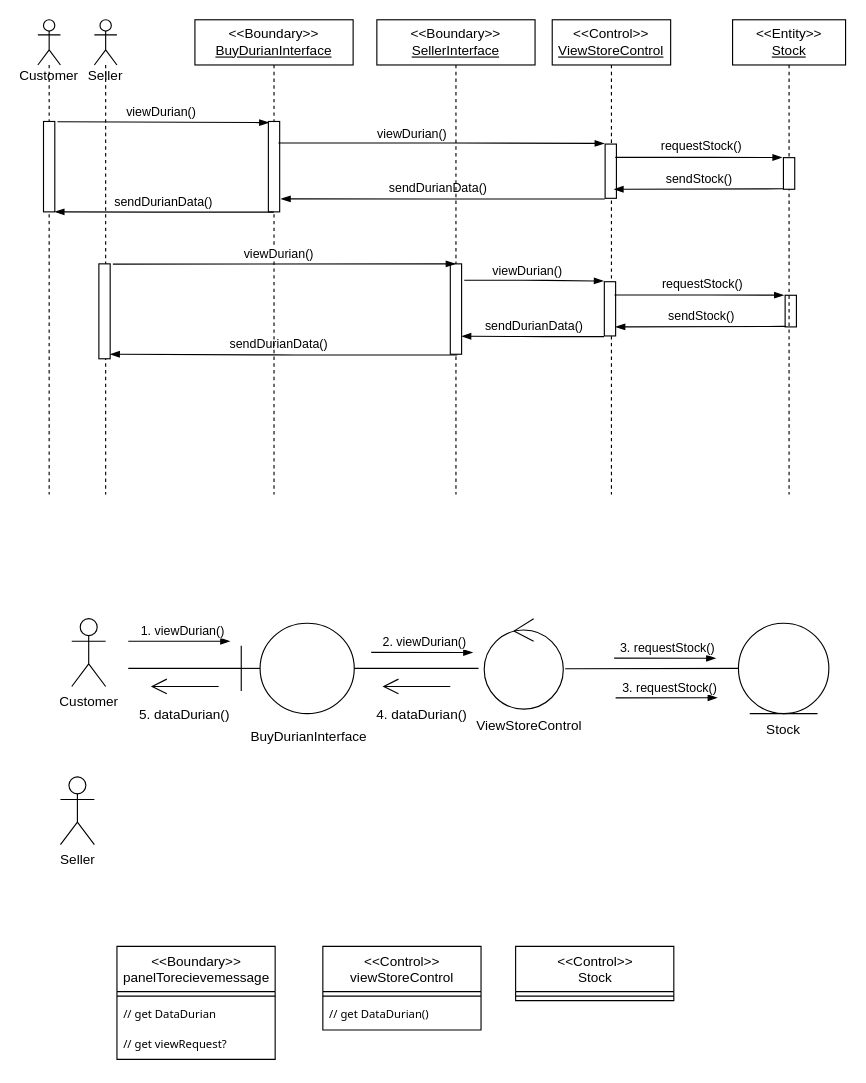
Before: View Stock.drawio in munkeawtoast/isad-diagrams, a draw.io diagram. Source tidied: cells renumbered, new cells numbered last; positions are measured from the earlier drawing's top-left corner, leaving out a move shared by most shapes. Both pictures are drawn from the tidied source at 113%, with x=0, y=0 at pixel (37, 19).
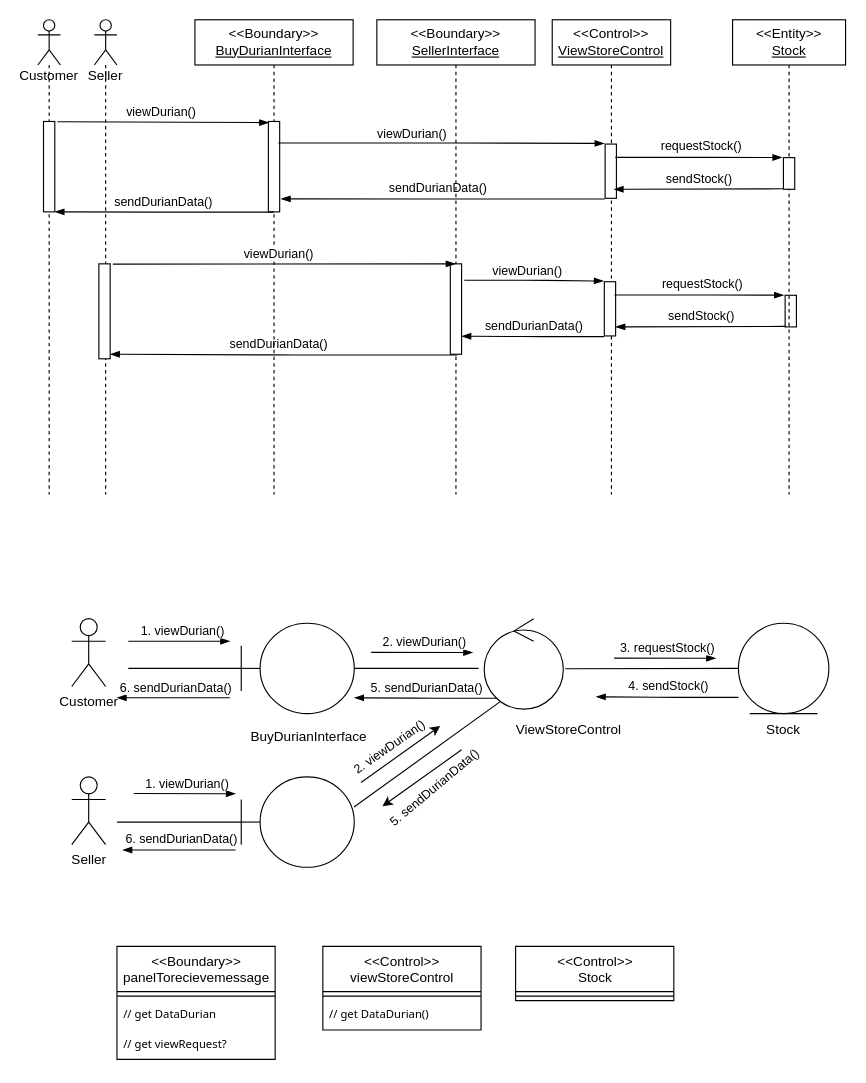
The same diagram, later.

Diff of the diagram source:
```diff
@@
     <mxCell id="21" value="Seller" style="shape=umlActor;verticalLabelPosition=bottom;verticalAlign=top;html=1;" parent="1" vertex="1">
-      <mxGeometry x="20" y="670" width="30" height="60" as="geometry" />
+      <mxGeometry x="30" y="670" width="30" height="60" as="geometry" />
     </mxCell>
@@
-    <mxCell id="26" style="endArrow=open;endFill=1;endSize=12;html=1;" parent="1" edge="1">
-      <mxGeometry relative="1" as="geometry">
-        <mxPoint x="365" y="590" as="sourcePoint" />
-        <mxPoint x="305" y="590" as="targetPoint" />
-      </mxGeometry>
-    </mxCell>
-    <mxCell id="27" value="4. dataDurian()" style="text;html=1;strokeColor=none;fillColor=none;align=center;verticalAlign=middle;whiteSpace=wrap;rounded=0;" parent="1" vertex="1">
-      <mxGeometry x="285" y="600" width="110" height="30" as="geometry" />
-    </mxCell>
@@
     <mxCell id="29" value="ViewStoreControl" style="text;html=1;strokeColor=none;fillColor=none;align=center;verticalAlign=middle;whiteSpace=wrap;rounded=0;" parent="1" vertex="1">
-      <mxGeometry x="405" y="610" width="60" height="30" as="geometry" />
+      <mxGeometry x="440" y="614" width="60" height="30" as="geometry" />
     </mxCell>
-    <mxCell id="30" style="endArrow=open;endFill=1;endSize=12;html=1;" parent="1" edge="1">
-      <mxGeometry relative="1" as="geometry">
-        <mxPoint x="160" y="590" as="sourcePoint" />
-        <mxPoint x="100" y="590" as="targetPoint" />
-      </mxGeometry>
-    </mxCell>
-    <mxCell id="31" value="5. dataDurian()" style="text;html=1;strokeColor=none;fillColor=none;align=center;verticalAlign=middle;whiteSpace=wrap;rounded=0;" parent="1" vertex="1">
-      <mxGeometry x="85" y="600" width="90" height="30" as="geometry" />
-    </mxCell>
@@
-    <mxCell id="70" style="edgeStyle=elbowEdgeStyle;fontSize=12;html=1;endArrow=blockThin;endFill=1;exitX=1.238;exitY=0.003;exitDx=0;exitDy=0;exitPerimeter=0;elbow=vertical;" parent="1" edge="1">
-      <mxGeometry relative="1" as="geometry">
-        <mxPoint x="511.3" y="600.1" as="sourcePoint" />
-        <mxPoint x="601.3" y="600.1" as="targetPoint" />
-      </mxGeometry>
-    </mxCell>
-    <mxCell id="71" value="3. requestStock()" style="edgeLabel;html=1;align=center;verticalAlign=middle;" parent="70" vertex="1">
-      <mxGeometry x="-0.07" y="1" relative="1" as="geometry">
-        <mxPoint x="5" y="-9" as="offset" />
-      </mxGeometry>
-    </mxCell>
+    <mxCell id="72" style="edgeStyle=elbowEdgeStyle;fontSize=12;html=1;endArrow=blockThin;endFill=1;exitX=-0.029;exitY=1.012;exitDx=0;exitDy=0;exitPerimeter=0;" parent="1" edge="1">
+      <mxGeometry relative="1" as="geometry">
+        <mxPoint x="620" y="599.6" as="sourcePoint" />
+        <mxPoint x="494" y="599.2" as="targetPoint" />
+      </mxGeometry>
+    </mxCell>
+    <mxCell id="73" value="4. sendStock()" style="edgeLabel;html=1;align=center;verticalAlign=middle;" parent="72" vertex="1">
+      <mxGeometry x="0.06" y="1" relative="1" as="geometry">
+        <mxPoint x="4" y="-11" as="offset" />
+      </mxGeometry>
+    </mxCell>
+    <mxCell id="74" style="edgeStyle=elbowEdgeStyle;fontSize=12;html=1;endArrow=blockThin;endFill=1;exitX=-0.029;exitY=1.012;exitDx=0;exitDy=0;exitPerimeter=0;" parent="1" edge="1">
+      <mxGeometry relative="1" as="geometry">
+        <mxPoint x="406.1" y="600.4" as="sourcePoint" />
+        <mxPoint x="280" y="600" as="targetPoint" />
+      </mxGeometry>
+    </mxCell>
+    <mxCell id="75" value="5. sendDurianData()" style="edgeLabel;html=1;align=center;verticalAlign=middle;" parent="74" vertex="1">
+      <mxGeometry x="0.06" y="1" relative="1" as="geometry">
+        <mxPoint x="4" y="-11" as="offset" />
+      </mxGeometry>
+    </mxCell>
+    <mxCell id="76" style="edgeStyle=elbowEdgeStyle;fontSize=12;html=1;endArrow=blockThin;endFill=1;" parent="1" edge="1">
+      <mxGeometry relative="1" as="geometry">
+        <mxPoint x="170" y="600" as="sourcePoint" />
+        <mxPoint x="70" y="600" as="targetPoint" />
+      </mxGeometry>
+    </mxCell>
+    <mxCell id="77" value="6. sendDurianData()" style="edgeLabel;html=1;align=center;verticalAlign=middle;" parent="76" vertex="1">
+      <mxGeometry x="0.06" y="1" relative="1" as="geometry">
+        <mxPoint x="4" y="-11" as="offset" />
+      </mxGeometry>
+    </mxCell>
+    <mxCell id="78" style="shape=umlBoundary;whiteSpace=wrap;html=1;" parent="1" vertex="1">
+      <mxGeometry x="180" y="670" width="100" height="80" as="geometry" />
+    </mxCell>
+    <mxCell id="79" style="line;strokeWidth=1;fillColor=none;align=left;verticalAlign=middle;spacingTop=-1;spacingLeft=3;spacingRight=3;labelPosition=right;strokeColor=inherit;" parent="1" vertex="1">
+      <mxGeometry x="70" y="706" width="110" height="8" as="geometry" />
+    </mxCell>
+    <mxCell id="80" style="endArrow=none;html=1;exitX=0.998;exitY=0.333;exitDx=0;exitDy=0;exitPerimeter=0;" parent="1" edge="1" source="78">
+      <mxGeometry relative="1" as="geometry">
+        <mxPoint x="409.8" y="603" as="targetPoint" />
+      </mxGeometry>
+    </mxCell>
+    <mxCell id="81" style="endArrow=classic;html=1;" parent="1" edge="1">
+      <mxGeometry relative="1" as="geometry">
+        <mxPoint x="286" y="675" as="sourcePoint" />
+        <mxPoint x="356" y="625" as="targetPoint" />
+      </mxGeometry>
+    </mxCell>
+    <mxCell id="82" style="endArrow=classic;html=1;" parent="1" edge="1">
+      <mxGeometry relative="1" as="geometry">
+        <mxPoint x="375" y="646" as="sourcePoint" />
+        <mxPoint x="305" y="696" as="targetPoint" />
+      </mxGeometry>
+    </mxCell>
+    <mxCell id="83" style="edgeStyle=elbowEdgeStyle;fontSize=12;html=1;endArrow=blockThin;endFill=1;exitX=1.238;exitY=0.003;exitDx=0;exitDy=0;exitPerimeter=0;elbow=vertical;" parent="1" edge="1">
+      <mxGeometry relative="1" as="geometry">
+        <mxPoint x="85" y="684.7" as="sourcePoint" />
+        <mxPoint x="175" y="684.7" as="targetPoint" />
+      </mxGeometry>
+    </mxCell>
+    <mxCell id="84" value="1. viewDurian()" style="edgeLabel;html=1;align=center;verticalAlign=middle;" parent="83" vertex="1">
+      <mxGeometry x="-0.07" y="1" relative="1" as="geometry">
+        <mxPoint x="5" y="-9" as="offset" />
+      </mxGeometry>
+    </mxCell>
+    <mxCell id="85" style="edgeStyle=elbowEdgeStyle;fontSize=12;html=1;endArrow=blockThin;endFill=1;" parent="1" edge="1">
+      <mxGeometry relative="1" as="geometry">
+        <mxPoint x="175" y="734.7" as="sourcePoint" />
+        <mxPoint x="75" y="734.7" as="targetPoint" />
+      </mxGeometry>
+    </mxCell>
+    <mxCell id="86" value="6. sendDurianData()" style="edgeLabel;html=1;align=center;verticalAlign=middle;" parent="85" vertex="1">
+      <mxGeometry x="0.06" y="1" relative="1" as="geometry">
+        <mxPoint x="4" y="-11" as="offset" />
+      </mxGeometry>
+    </mxCell>
+    <mxCell id="87" value="2. viewDurian()" style="edgeLabel;html=1;align=center;verticalAlign=middle;rotation=-35;" parent="1" vertex="1">
+      <mxGeometry x="310" y="644" as="geometry" />
+    </mxCell>
+    <mxCell id="88" value="5. sendDurianData()" style="edgeLabel;html=1;align=center;verticalAlign=middle;rotation=-40;" parent="1" vertex="1">
+      <mxGeometry x="350" y="680" as="geometry" />
+    </mxCell>
```
